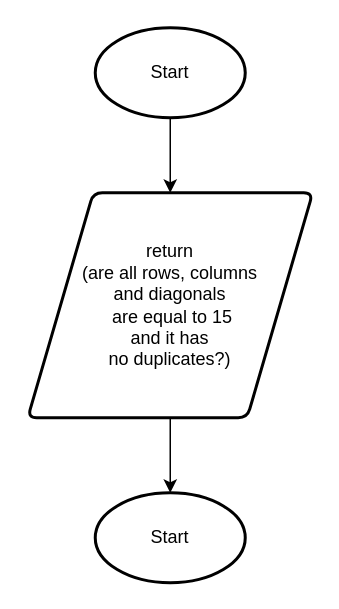
Earlier version of the draw.io diagram design/isMagic.drawio (michael-clermont1/ics4u-unit3-05-typescript). Source tidied: cells renumbered, new cells numbered last; positions are measured from the earlier drawing's top-left corner, leaving out a move shared by most shapes. Both pictures are drawn from the tidied source at 150%, with x=0, y=0 at pixel (27, 27).
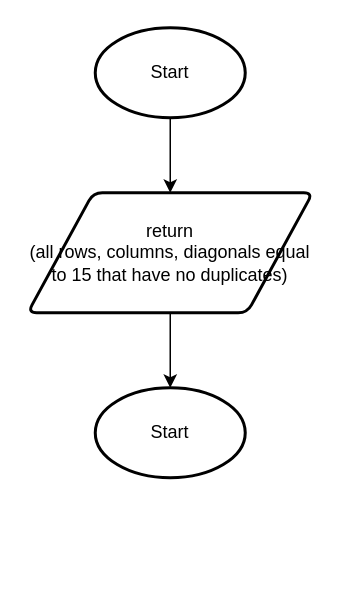
The same diagram, later.

The edit, as a diff of the source:
```diff
@@
 <mxGraphModel>
   <root>
     <mxCell id="0" />
     <mxCell id="1" parent="0" />
     <mxCell id="2" style="edgeStyle=none;html=1;exitX=0.5;exitY=1;exitDx=0;exitDy=0;exitPerimeter=0;entryX=0.5;entryY=0;entryDx=0;entryDy=0;" parent="1" edge="1" source="3" target="5">
       <mxGeometry relative="1" as="geometry" />
     </mxCell>
     <mxCell id="3" value="Start" style="strokeWidth=2;html=1;shape=mxgraph.flowchart.start_1;whiteSpace=wrap;" parent="1" vertex="1">
       <mxGeometry x="45" width="100" height="60" as="geometry" />
     </mxCell>
     <mxCell id="4" style="edgeStyle=none;html=1;exitX=0.5;exitY=1;exitDx=0;exitDy=0;entryX=0.5;entryY=0;entryDx=0;entryDy=0;entryPerimeter=0;" parent="1" edge="1" source="5" target="6">
       <mxGeometry relative="1" as="geometry" />
     </mxCell>
-    <mxCell id="5" value="return &lt;br&gt;(are all rows, columns &lt;br&gt;and diagonals&lt;br&gt;&amp;nbsp;are equal to 15 &lt;br&gt;and it has &lt;br&gt;no duplicates?)" style="shape=parallelogram;html=1;strokeWidth=2;perimeter=parallelogramPerimeter;whiteSpace=wrap;rounded=1;arcSize=12;size=0.23;" parent="1" vertex="1">
-      <mxGeometry y="110" width="190" height="150" as="geometry" />
+    <mxCell id="5" value="return &lt;br&gt;(all rows, columns, diagonals equal to 15 that have no duplicates)" style="shape=parallelogram;html=1;strokeWidth=2;perimeter=parallelogramPerimeter;whiteSpace=wrap;rounded=1;arcSize=12;size=0.23;" parent="1" vertex="1">
+      <mxGeometry y="110" width="190" height="80" as="geometry" />
     </mxCell>
     <mxCell id="6" value="Start" style="strokeWidth=2;html=1;shape=mxgraph.flowchart.start_1;whiteSpace=wrap;" parent="1" vertex="1">
-      <mxGeometry x="45" y="310" width="100" height="60" as="geometry" />
+      <mxGeometry x="45" y="240" width="100" height="60" as="geometry" />
     </mxCell>
   </root>
 </mxGraphModel>
```
